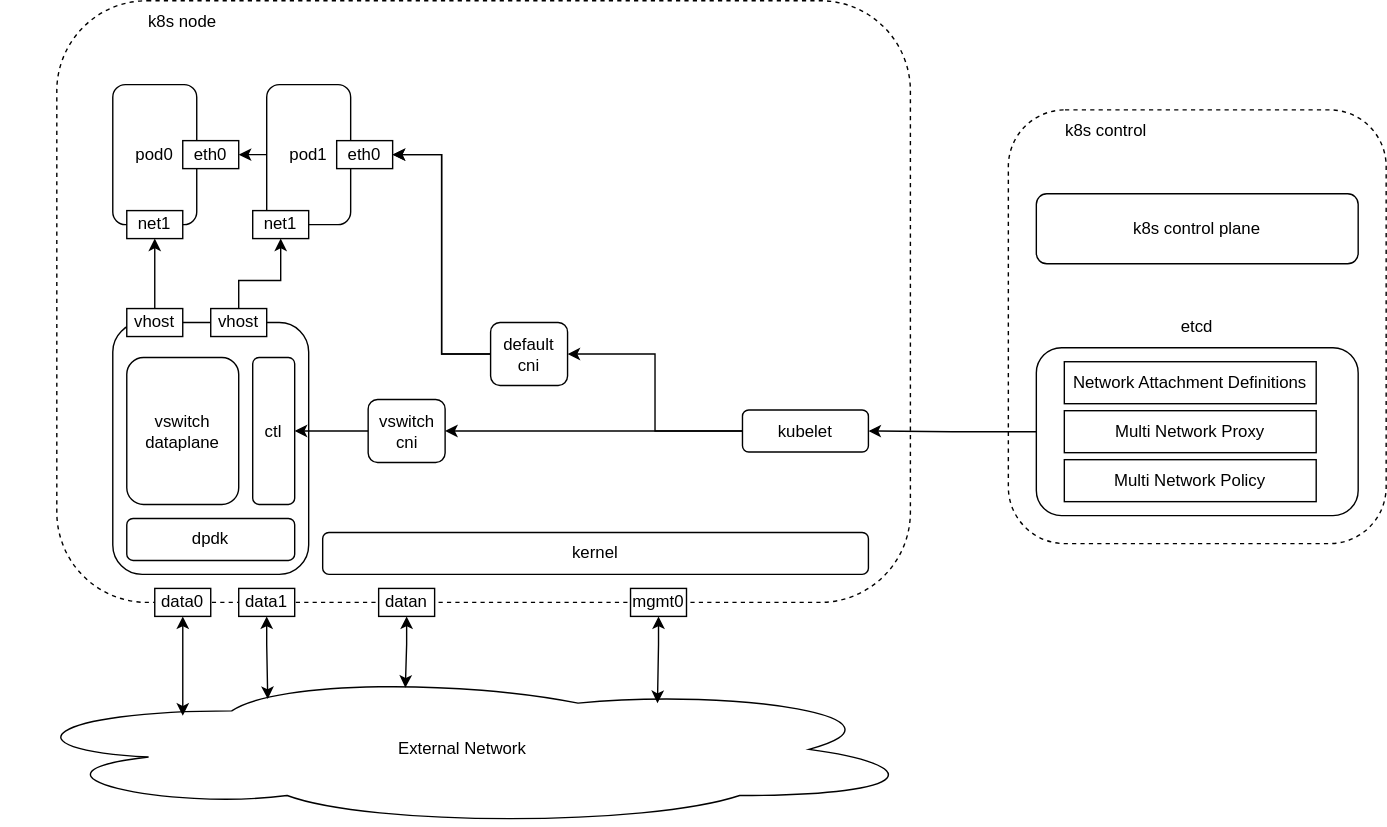
Before: docs/images/vswitch-controller.drawio.svg, a diagram exported from draw.io (sriramy/vswitch). Source tidied: cells renumbered, new cells last; positions are measured from the earlier drawing's top-left corner, leaving out a move shared by most shapes. The source it was exported from:
```xml
<mxGraphModel>
  <root>
    <mxCell id="0" />
    <mxCell id="1" parent="0" />
    <mxCell id="2" style="rounded=1;whiteSpace=wrap;html=1;dashed=1;" parent="1" vertex="1">
      <mxGeometry x="40" width="610" height="430" as="geometry" />
    </mxCell>
    <mxCell id="3" style="rounded=1;whiteSpace=wrap;html=1;dashed=1;" parent="1" vertex="1">
      <mxGeometry x="720" y="78" width="270" height="310" as="geometry" />
    </mxCell>
    <mxCell id="4" value="External Network" style="ellipse;shape=cloud;whiteSpace=wrap;html=1;" parent="1" vertex="1">
      <mxGeometry y="480" width="660" height="110" as="geometry" />
    </mxCell>
    <mxCell id="5" value="mgmt0" style="rounded=0;whiteSpace=wrap;html=1;" parent="1" vertex="1">
      <mxGeometry x="450" y="420" width="40" height="20" as="geometry" />
    </mxCell>
    <mxCell id="6" value="data0" style="rounded=0;whiteSpace=wrap;html=1;" parent="1" vertex="1">
      <mxGeometry x="110" y="420" width="40" height="20" as="geometry" />
    </mxCell>
    <mxCell id="7" value="datan" style="rounded=0;whiteSpace=wrap;html=1;" parent="1" vertex="1">
      <mxGeometry x="270" y="420" width="40" height="20" as="geometry" />
    </mxCell>
    <mxCell id="8" value="data1" style="rounded=0;whiteSpace=wrap;html=1;" parent="1" vertex="1">
      <mxGeometry x="170" y="420" width="40" height="20" as="geometry" />
    </mxCell>
    <mxCell id="9" style="rounded=1;whiteSpace=wrap;html=1;" parent="1" vertex="1">
      <mxGeometry x="80" y="230" width="140" height="180" as="geometry" />
    </mxCell>
    <mxCell id="10" value="kernel" style="rounded=1;whiteSpace=wrap;html=1;" parent="1" vertex="1">
      <mxGeometry x="230" y="380" width="390" height="30" as="geometry" />
    </mxCell>
    <mxCell id="11" value="dpdk" style="rounded=1;whiteSpace=wrap;html=1;" parent="1" vertex="1">
      <mxGeometry x="90" y="370" width="120" height="30" as="geometry" />
    </mxCell>
    <mxCell id="12" value="vswitch&lt;br&gt;dataplane" style="rounded=1;whiteSpace=wrap;html=1;" parent="1" vertex="1">
      <mxGeometry x="90" y="255" width="80" height="105" as="geometry" />
    </mxCell>
    <mxCell id="13" style="edgeStyle=orthogonalEdgeStyle;rounded=0;jettySize=auto;html=1;" parent="1" edge="1" source="14" target="23">
      <mxGeometry relative="1" as="geometry" />
    </mxCell>
    <mxCell id="14" value="vswitch&lt;br&gt;cni" style="rounded=1;whiteSpace=wrap;html=1;" parent="1" vertex="1">
      <mxGeometry x="262.5" y="285" width="55" height="45" as="geometry" />
    </mxCell>
    <mxCell id="15" style="edgeStyle=orthogonalEdgeStyle;rounded=0;jettySize=auto;html=1;" parent="1" edge="1" source="17" target="14">
      <mxGeometry relative="1" as="geometry" />
    </mxCell>
    <mxCell id="16" style="edgeStyle=orthogonalEdgeStyle;rounded=0;jettySize=auto;html=1;entryX=1;entryY=0.5;entryDx=0;entryDy=0;" parent="1" edge="1" source="17" target="31">
      <mxGeometry relative="1" as="geometry" />
    </mxCell>
    <mxCell id="17" value="kubelet" style="rounded=1;whiteSpace=wrap;html=1;" parent="1" vertex="1">
      <mxGeometry x="530" y="292.5" width="90" height="30" as="geometry" />
    </mxCell>
    <mxCell id="18" value="k8s node" style="text;html=1;strokeColor=none;fillColor=none;align=center;verticalAlign=middle;whiteSpace=wrap;rounded=0;" parent="1" vertex="1">
      <mxGeometry x="100" width="60" height="30" as="geometry" />
    </mxCell>
    <mxCell id="19" value="k8s control" style="text;html=1;strokeColor=none;fillColor=none;align=center;verticalAlign=middle;whiteSpace=wrap;rounded=0;" parent="1" vertex="1">
      <mxGeometry x="755" y="78" width="70" height="30" as="geometry" />
    </mxCell>
    <mxCell id="20" value="k8s control plane" style="rounded=1;whiteSpace=wrap;html=1;" parent="1" vertex="1">
      <mxGeometry x="740" y="138" width="230" height="50" as="geometry" />
    </mxCell>
    <mxCell id="21" style="rounded=1;whiteSpace=wrap;html=1;" parent="1" vertex="1">
      <mxGeometry x="740" y="248" width="230" height="120" as="geometry" />
    </mxCell>
    <mxCell id="22" value="pod0" style="rounded=1;whiteSpace=wrap;html=1;" parent="1" vertex="1">
      <mxGeometry x="80" y="60" width="60" height="100" as="geometry" />
    </mxCell>
    <mxCell id="23" value="ctl" style="rounded=1;whiteSpace=wrap;html=1;" parent="1" vertex="1">
      <mxGeometry x="180" y="255" width="30" height="105" as="geometry" />
    </mxCell>
    <mxCell id="24" style="edgeStyle=orthogonalEdgeStyle;rounded=0;jettySize=auto;html=1;entryX=0.5;entryY=1;entryDx=0;entryDy=0;" parent="1" edge="1" source="25" target="26">
      <mxGeometry relative="1" as="geometry" />
    </mxCell>
    <mxCell id="25" value="vhost" style="rounded=0;whiteSpace=wrap;html=1;" parent="1" vertex="1">
      <mxGeometry x="90" y="220" width="40" height="20" as="geometry" />
    </mxCell>
    <mxCell id="26" value="net1" style="rounded=0;whiteSpace=wrap;html=1;" parent="1" vertex="1">
      <mxGeometry x="90" y="150" width="40" height="20" as="geometry" />
    </mxCell>
    <mxCell id="27" value="vhost" style="rounded=0;whiteSpace=wrap;html=1;" parent="1" vertex="1">
      <mxGeometry x="150" y="220" width="40" height="20" as="geometry" />
    </mxCell>
    <mxCell id="28" style="edgeStyle=orthogonalEdgeStyle;rounded=0;jettySize=auto;html=1;entryX=0.5;entryY=1;entryDx=0;entryDy=0;" parent="1" edge="1" source="27" target="32">
      <mxGeometry relative="1" as="geometry">
        <Array as="points">
          <mxPoint x="170" y="200" />
          <mxPoint x="200" y="200" />
        </Array>
      </mxGeometry>
    </mxCell>
    <mxCell id="29" style="edgeStyle=orthogonalEdgeStyle;rounded=0;jettySize=auto;html=1;entryX=1;entryY=0.5;entryDx=0;entryDy=0;" parent="1" edge="1" source="35" target="36">
      <mxGeometry relative="1" as="geometry" />
    </mxCell>
    <mxCell id="30" value="pod1" style="rounded=1;whiteSpace=wrap;html=1;" parent="1" vertex="1">
      <mxGeometry x="190" y="60" width="60" height="100" as="geometry" />
    </mxCell>
    <mxCell id="31" value="default&lt;br&gt;cni" style="rounded=1;whiteSpace=wrap;html=1;" parent="1" vertex="1">
      <mxGeometry x="350" y="230" width="55" height="45" as="geometry" />
    </mxCell>
    <mxCell id="32" value="net1" style="rounded=0;whiteSpace=wrap;html=1;" parent="1" vertex="1">
      <mxGeometry x="180" y="150" width="40" height="20" as="geometry" />
    </mxCell>
    <mxCell id="33" style="edgeStyle=orthogonalEdgeStyle;rounded=0;jettySize=auto;html=1;entryX=1;entryY=0.5;entryDx=0;entryDy=0;" parent="1" edge="1" source="31" target="35">
      <mxGeometry relative="1" as="geometry" />
    </mxCell>
    <mxCell id="34" style="edgeStyle=orthogonalEdgeStyle;rounded=0;jettySize=auto;html=1;entryX=1;entryY=0.5;entryDx=0;entryDy=0;" parent="1" edge="1" source="31" target="35">
      <mxGeometry relative="1" as="geometry" />
    </mxCell>
    <mxCell id="35" value="eth0" style="rounded=0;whiteSpace=wrap;html=1;" parent="1" vertex="1">
      <mxGeometry x="240" y="100" width="40" height="20" as="geometry" />
    </mxCell>
    <mxCell id="36" value="eth0" style="rounded=0;whiteSpace=wrap;html=1;" parent="1" vertex="1">
      <mxGeometry x="130" y="100" width="40" height="20" as="geometry" />
    </mxCell>
    <mxCell id="37" value="etcd" style="text;html=1;strokeColor=none;fillColor=none;align=center;verticalAlign=middle;whiteSpace=wrap;rounded=0;" parent="1" vertex="1">
      <mxGeometry x="825" y="218" width="60" height="30" as="geometry" />
    </mxCell>
    <mxCell id="38" value="Multi Network Policy" style="rounded=0;whiteSpace=wrap;html=1;" parent="1" vertex="1">
      <mxGeometry x="760" y="328" width="180" height="30" as="geometry" />
    </mxCell>
    <mxCell id="39" style="edgeStyle=orthogonalEdgeStyle;rounded=0;jettySize=auto;html=1;entryX=1;entryY=0.5;entryDx=0;entryDy=0;exitX=0;exitY=0.5;exitDx=0;exitDy=0;" parent="1" edge="1" source="21" target="17">
      <mxGeometry relative="1" as="geometry" />
    </mxCell>
    <mxCell id="40" value="Network Attachment Definitions" style="rounded=0;whiteSpace=wrap;html=1;" parent="1" vertex="1">
      <mxGeometry x="760" y="258" width="180" height="30" as="geometry" />
    </mxCell>
    <mxCell id="41" value="Multi Network Proxy" style="rounded=0;whiteSpace=wrap;html=1;" parent="1" vertex="1">
      <mxGeometry x="760" y="293" width="180" height="30" as="geometry" />
    </mxCell>
    <mxCell id="42" style="edgeStyle=orthogonalEdgeStyle;rounded=0;jettySize=auto;html=1;entryX=0.197;entryY=0.282;entryDx=0;entryDy=0;entryPerimeter=0;startArrow=classic;startFill=1;" parent="1" edge="1" source="6" target="4">
      <mxGeometry relative="1" as="geometry" />
    </mxCell>
    <mxCell id="43" style="edgeStyle=orthogonalEdgeStyle;rounded=0;jettySize=auto;html=1;entryX=0.289;entryY=0.173;entryDx=0;entryDy=0;entryPerimeter=0;startArrow=classic;startFill=1;" parent="1" edge="1" source="8" target="4">
      <mxGeometry relative="1" as="geometry" />
    </mxCell>
    <mxCell id="44" style="edgeStyle=orthogonalEdgeStyle;rounded=0;jettySize=auto;html=1;entryX=0.438;entryY=0.1;entryDx=0;entryDy=0;entryPerimeter=0;startArrow=classic;startFill=1;" parent="1" edge="1" source="7" target="4">
      <mxGeometry relative="1" as="geometry" />
    </mxCell>
    <mxCell id="45" style="edgeStyle=orthogonalEdgeStyle;rounded=0;jettySize=auto;html=1;entryX=0.711;entryY=0.2;entryDx=0;entryDy=0;entryPerimeter=0;startArrow=classic;startFill=1;" parent="1" edge="1" source="5" target="4">
      <mxGeometry relative="1" as="geometry" />
    </mxCell>
  </root>
</mxGraphModel>
```
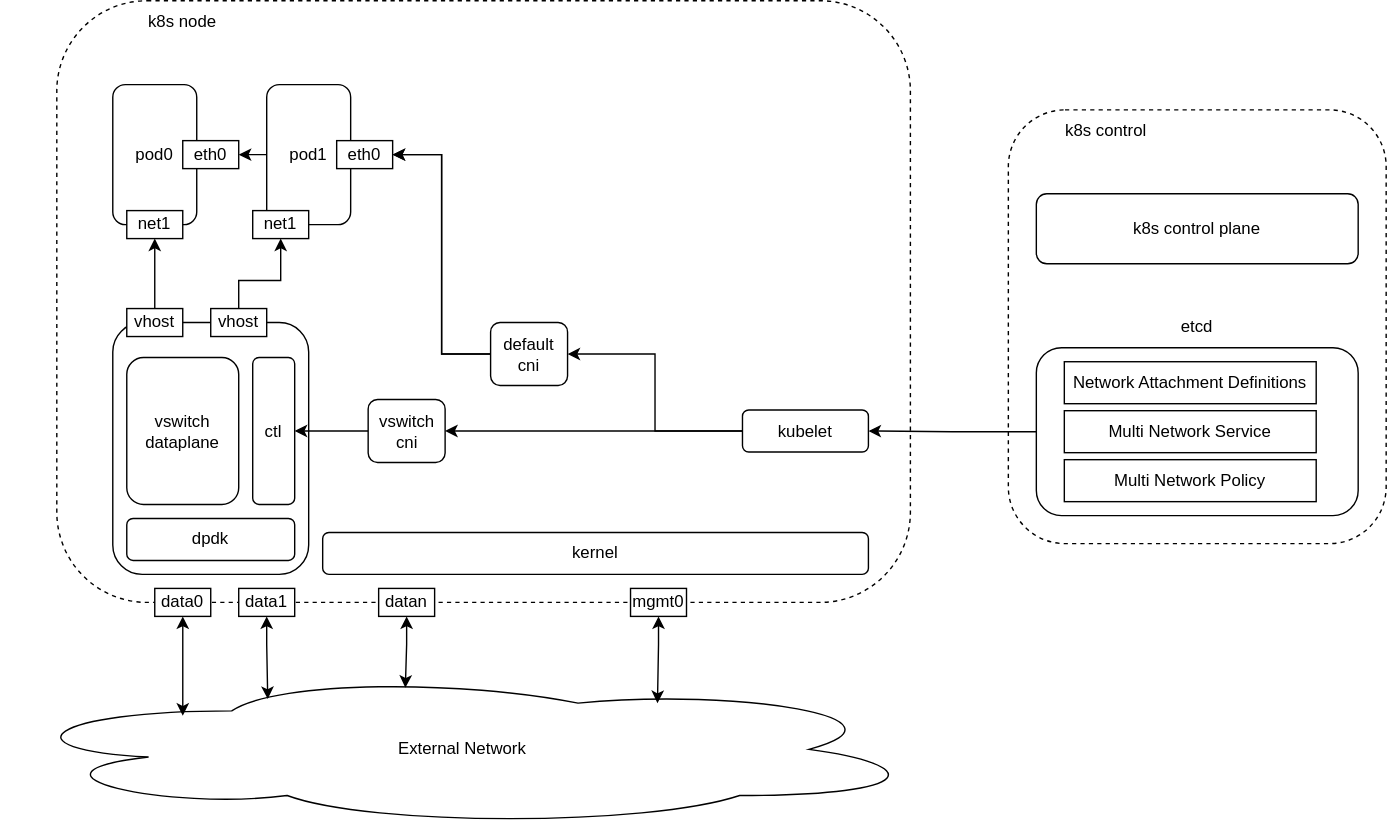
After the commit.

The edit, as a diff of the source:
```diff
@@ -124,7 +124,7 @@
     <mxCell id="40" value="Network Attachment Definitions" style="rounded=0;whiteSpace=wrap;html=1;" parent="1" vertex="1">
       <mxGeometry x="760" y="258" width="180" height="30" as="geometry" />
     </mxCell>
-    <mxCell id="41" value="Multi Network Proxy" style="rounded=0;whiteSpace=wrap;html=1;" parent="1" vertex="1">
+    <mxCell id="41" value="Multi Network Service" style="rounded=0;whiteSpace=wrap;html=1;" parent="1" vertex="1">
       <mxGeometry x="760" y="293" width="180" height="30" as="geometry" />
     </mxCell>
     <mxCell id="42" style="edgeStyle=orthogonalEdgeStyle;rounded=0;jettySize=auto;html=1;entryX=0.197;entryY=0.282;entryDx=0;entryDy=0;entryPerimeter=0;startArrow=classic;startFill=1;" parent="1" edge="1" source="6" target="4">
```
